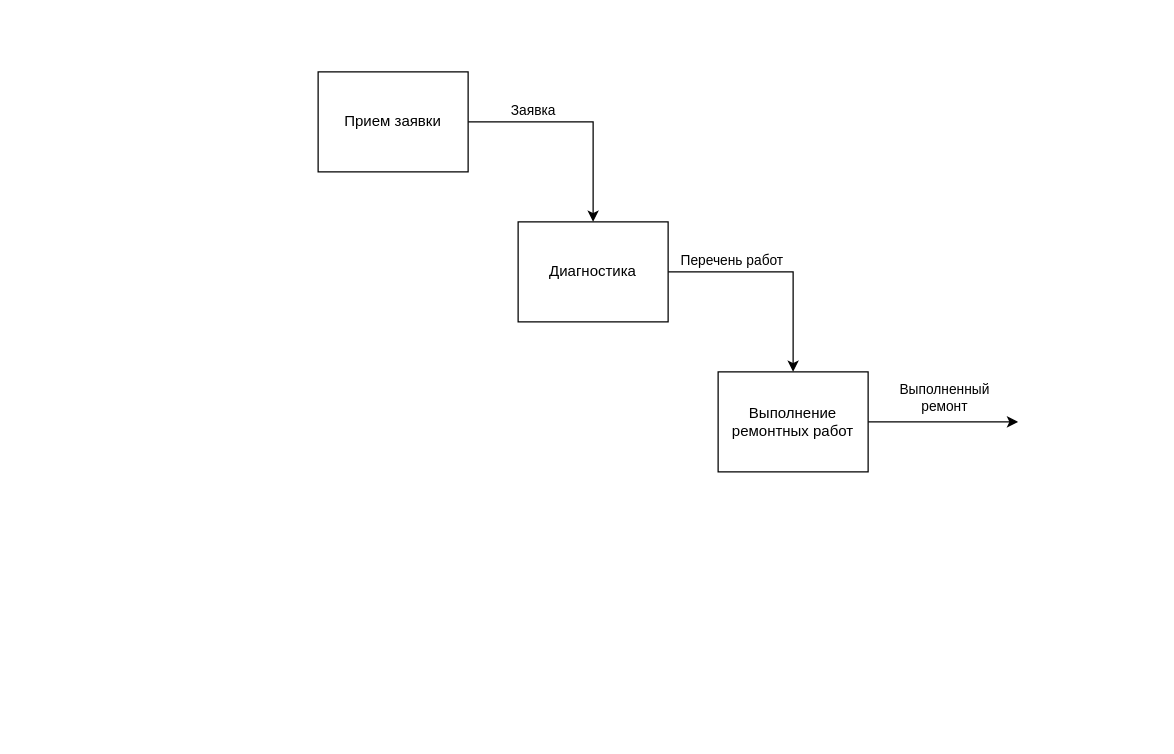
Above: диа2.drawio in plkkz/ppo-3k-lb (draw.io), before the change. Source tidied: cells renumbered, new cells numbered last; positions are measured from the earlier drawing's top-left corner, leaving out a move shared by most shapes. Both pictures are drawn from the tidied source at 125%, with x=0, y=0 at pixel (318, 71).
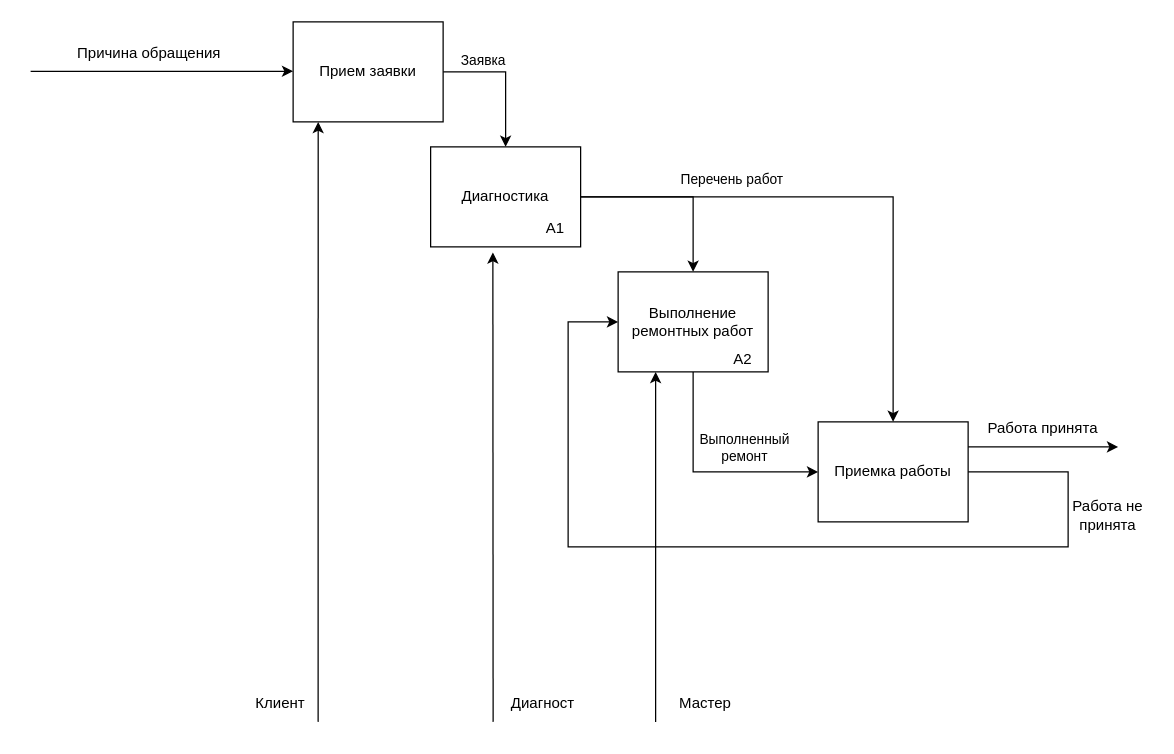
The same page after the edit.

The change refers to these unchanged cells:
```xml
<mxCell id="5" style="edgeStyle=orthogonalEdgeStyle;rounded=0;jettySize=auto;html=1;exitX=1;exitY=0.5;exitDx=0;exitDy=0;entryX=0.5;entryY=0;entryDx=0;entryDy=0;" parent="1" edge="1" source="7" target="10">
  <mxGeometry relative="1" as="geometry" />
</mxCell>
```

The edit, as a diff of the source:
```diff
@@
     <mxCell id="4" value="Прием заявки" style="rounded=0;whiteSpace=wrap;html=1;" parent="1" vertex="1">
-      <mxGeometry width="120" height="80" as="geometry" />
+      <mxGeometry x="-20" y="-40" width="120" height="80" as="geometry" />
     </mxCell>
@@
     <mxCell id="6" value="Перечень работ" style="edgeLabel;html=1;align=center;verticalAlign=middle;" parent="5" vertex="1">
       <mxGeometry x="-0.64" y="2" relative="1" as="geometry">
-        <mxPoint x="18" y="-8" as="offset" />
+        <mxPoint x="93" y="-13" as="offset" />
       </mxGeometry>
     </mxCell>
     <mxCell id="7" value="Диагностика" style="rounded=0;whiteSpace=wrap;html=1;" parent="1" vertex="1">
-      <mxGeometry x="160" y="120" width="120" height="80" as="geometry" />
+      <mxGeometry x="90" y="60" width="120" height="80" as="geometry" />
     </mxCell>
-    <mxCell id="8" style="edgeStyle=orthogonalEdgeStyle;rounded=0;jettySize=auto;html=1;exitX=1;exitY=0.5;exitDx=0;exitDy=0;" parent="1" edge="1" source="10">
+    <mxCell id="8" style="edgeStyle=orthogonalEdgeStyle;rounded=0;jettySize=auto;html=1;exitX=0.5;exitY=1;exitDx=0;exitDy=0;entryX=0;entryY=0.5;entryDx=0;entryDy=0;" parent="1" edge="1" source="10" target="11">
       <mxGeometry relative="1" as="geometry">
-        <mxPoint x="560" y="280" as="targetPoint" />
+        <Array as="points">
+          <mxPoint x="300" y="320" />
+        </Array>
       </mxGeometry>
     </mxCell>
     <mxCell id="9" value="Выполненный &lt;br&gt;ремонт" style="edgeLabel;html=1;align=center;verticalAlign=middle;" parent="8" vertex="1">
       <mxGeometry x="0.17" y="2" relative="1" as="geometry">
-        <mxPoint x="-9" y="-18" as="offset" />
+        <mxPoint x="15" y="-18" as="offset" />
       </mxGeometry>
     </mxCell>
     <mxCell id="10" value="Выполнение ремонтных работ" style="rounded=0;whiteSpace=wrap;html=1;" parent="1" vertex="1">
-      <mxGeometry x="320" y="240" width="120" height="80" as="geometry" />
+      <mxGeometry x="240" y="160" width="120" height="80" as="geometry" />
     </mxCell>
+    <mxCell id="11" value="Приемка работы" style="rounded=0;whiteSpace=wrap;html=1;" parent="1" vertex="1">
+      <mxGeometry x="400" y="280" width="120" height="80" as="geometry" />
+    </mxCell>
+    <mxCell id="12" value="А1" style="text;html=1;strokeColor=none;fillColor=none;align=center;verticalAlign=middle;whiteSpace=wrap;rounded=0;" parent="1" vertex="1">
+      <mxGeometry x="160" y="110" width="60" height="30" as="geometry" />
+    </mxCell>
+    <mxCell id="13" value="А2" style="text;html=1;strokeColor=none;fillColor=none;align=center;verticalAlign=middle;whiteSpace=wrap;rounded=0;" parent="1" vertex="1">
+      <mxGeometry x="320" y="220" width="40" height="20" as="geometry" />
+    </mxCell>
+    <mxCell id="14" style="endArrow=classic;html=1;rounded=0;" parent="1" edge="1">
+      <mxGeometry relative="1" as="geometry">
+        <mxPoint x="-230" y="-0.5" as="sourcePoint" />
+        <mxPoint x="-20" y="-0.5" as="targetPoint" />
+      </mxGeometry>
+    </mxCell>
+    <mxCell id="15" value="Причина обращения" style="text;html=1;strokeColor=none;fillColor=none;align=center;verticalAlign=middle;whiteSpace=wrap;rounded=0;" parent="1" vertex="1">
+      <mxGeometry x="-200" y="-30" width="130" height="30" as="geometry" />
+    </mxCell>
+    <mxCell id="16" style="endArrow=classic;html=1;rounded=0;exitX=1;exitY=0.5;exitDx=0;exitDy=0;entryX=0.5;entryY=0;entryDx=0;entryDy=0;" parent="1" edge="1" source="7" target="11">
+      <mxGeometry relative="1" as="geometry">
+        <Array as="points">
+          <mxPoint x="460" y="100" />
+        </Array>
+      </mxGeometry>
+    </mxCell>
+    <mxCell id="17" style="endArrow=classic;html=1;rounded=0;exitX=1;exitY=0.5;exitDx=0;exitDy=0;" parent="1" edge="1">
+      <mxGeometry relative="1" as="geometry">
+        <mxPoint x="520" y="300" as="sourcePoint" />
+        <mxPoint x="640" y="300" as="targetPoint" />
+        <Array as="points">
+          <mxPoint x="640" y="300" />
+        </Array>
+      </mxGeometry>
+    </mxCell>
+    <mxCell id="18" value="Работа принята" style="text;html=1;strokeColor=none;fillColor=none;align=center;verticalAlign=middle;whiteSpace=wrap;rounded=0;" parent="1" vertex="1">
+      <mxGeometry x="530" y="270" width="100" height="30" as="geometry" />
+    </mxCell>
+    <mxCell id="19" style="endArrow=classic;html=1;rounded=0;exitX=1;exitY=0.75;exitDx=0;exitDy=0;entryX=0;entryY=0.5;entryDx=0;entryDy=0;" parent="1" edge="1">
+      <mxGeometry relative="1" as="geometry">
+        <mxPoint x="520" y="320" as="sourcePoint" />
+        <mxPoint x="240" y="200" as="targetPoint" />
+        <Array as="points">
+          <mxPoint x="600" y="320" />
+          <mxPoint x="600" y="380" />
+          <mxPoint x="200" y="380" />
+          <mxPoint x="200" y="200" />
+        </Array>
+      </mxGeometry>
+    </mxCell>
+    <mxCell id="20" value="Работа не принята" style="text;html=1;strokeColor=none;fillColor=none;align=center;verticalAlign=middle;whiteSpace=wrap;rounded=0;" parent="1" vertex="1">
+      <mxGeometry x="597" y="340" width="70" height="30" as="geometry" />
+    </mxCell>
+    <mxCell id="21" style="endArrow=classic;html=1;rounded=0;entryX=0.167;entryY=1;entryDx=0;entryDy=0;entryPerimeter=0;" parent="1" edge="1" target="4">
+      <mxGeometry relative="1" as="geometry">
+        <mxPoint y="520" as="sourcePoint" />
+      </mxGeometry>
+    </mxCell>
+    <mxCell id="22" value="Клиент" style="text;html=1;strokeColor=none;fillColor=none;align=center;verticalAlign=middle;whiteSpace=wrap;rounded=0;" parent="1" vertex="1">
+      <mxGeometry x="-60" y="490" width="60" height="30" as="geometry" />
+    </mxCell>
+    <mxCell id="23" style="endArrow=classic;html=1;rounded=0;entryX=0.25;entryY=1;entryDx=0;entryDy=0;" parent="1" edge="1" target="10">
+      <mxGeometry relative="1" as="geometry">
+        <mxPoint x="270" y="520" as="sourcePoint" />
+      </mxGeometry>
+    </mxCell>
+    <mxCell id="24" value="Мастер" style="text;html=1;strokeColor=none;fillColor=none;align=center;verticalAlign=middle;whiteSpace=wrap;rounded=0;" parent="1" vertex="1">
+      <mxGeometry x="280" y="490" width="60" height="30" as="geometry" />
+    </mxCell>
+    <mxCell id="25" style="endArrow=classic;html=1;rounded=0;entryX=0.415;entryY=1.055;entryDx=0;entryDy=0;entryPerimeter=0;" parent="1" edge="1" target="7">
+      <mxGeometry relative="1" as="geometry">
+        <mxPoint x="140" y="520" as="sourcePoint" />
+      </mxGeometry>
+    </mxCell>
+    <mxCell id="26" value="Диагност" style="text;html=1;strokeColor=none;fillColor=none;align=center;verticalAlign=middle;whiteSpace=wrap;rounded=0;" parent="1" vertex="1">
+      <mxGeometry x="150" y="490" width="60" height="30" as="geometry" />
+    </mxCell>
```
